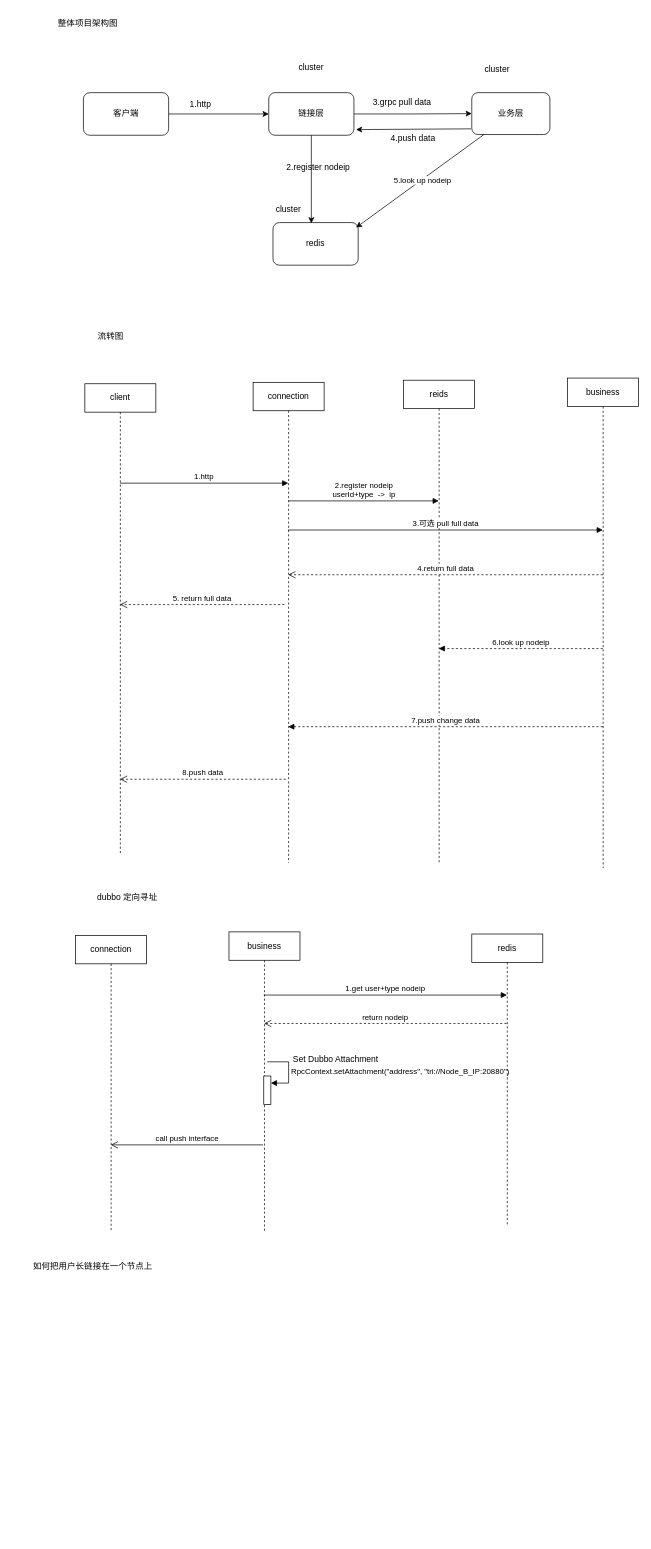
This is tv网关维护长连接.drawio from xu-xiwei/drawio, a draw.io file, before an edit. Source tidied: cells renumbered, new cells numbered last; positions are measured from the earlier drawing's top-left corner, leaving out a move shared by most shapes. Both pictures are drawn from the tidied source at 71%, with x=0, y=0 at pixel (12, 12).
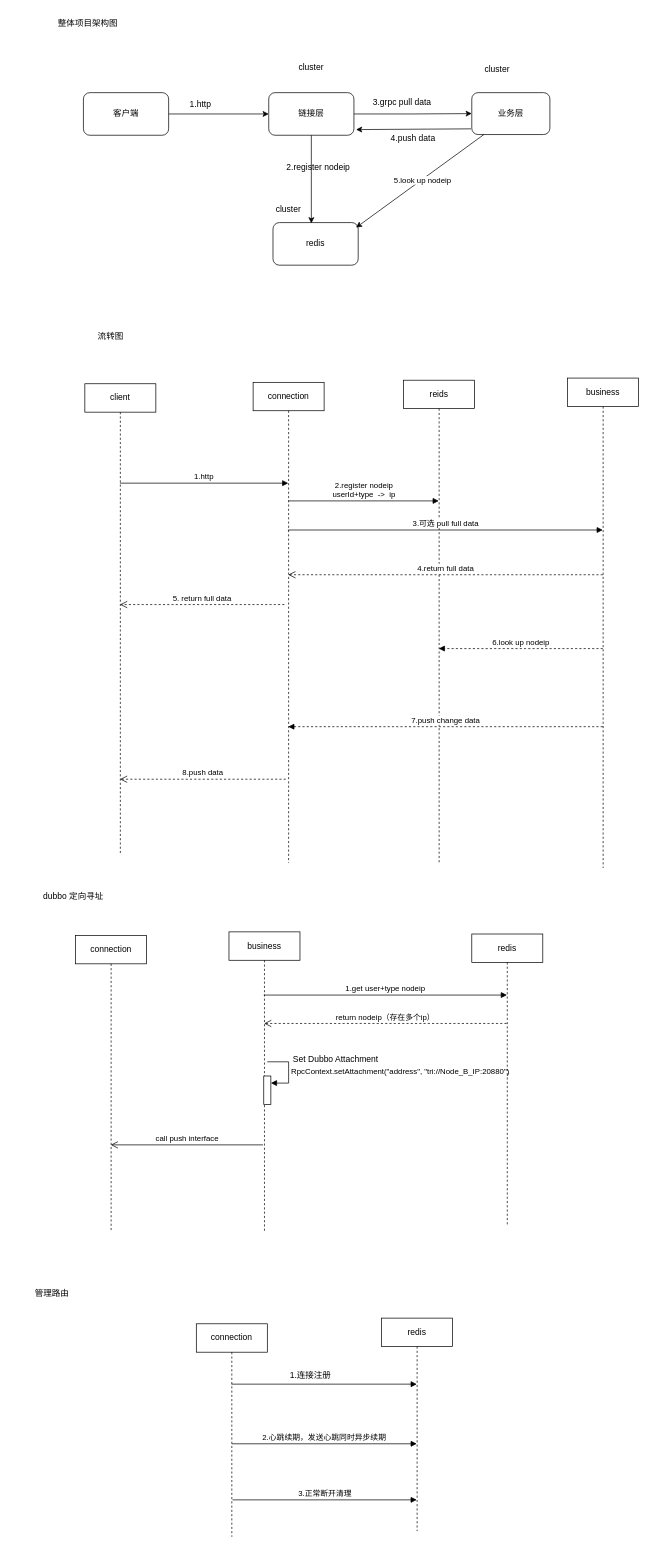
The same diagram, later.

Commit message:
更新tv网关维护长连接.drawio

The change refers to these unchanged cells:
```xml
<mxCell id="34" value="business" style="shape=umlLifeline;perimeter=lifelinePerimeter;whiteSpace=wrap;html=1;outlineConnect=0;portConstraint=eastwest;newEdgeStyle={&quot;curved&quot;:0,&quot;rounded&quot;:0};" parent="1" vertex="1">
  <mxGeometry x="305" y="1295" width="100" height="422" as="geometry" />
</mxCell>
```

Change to the diagram source:
```diff
@@
     <mxCell id="33" value="dubbo 定向寻址" style="text;html=1;whiteSpace=wrap;strokeColor=none;fillColor=none;align=center;verticalAlign=middle;rounded=0;" parent="1" vertex="1">
-      <mxGeometry x="107" y="1231" width="110" height="30" as="geometry" />
+      <mxGeometry x="31" y="1230" width="110" height="30" as="geometry" />
     </mxCell>
@@
-    <mxCell id="39" value="return nodeip" style="html=1;verticalAlign=bottom;endArrow=open;dashed=1;endSize=8;curved=0;rounded=0;" parent="1" edge="1" target="34">
+    <mxCell id="39" value="return nodeip（存在多个ip）" style="html=1;verticalAlign=bottom;endArrow=open;dashed=1;endSize=8;curved=0;rounded=0;" parent="1" edge="1" target="34">
       <mxGeometry relative="1" as="geometry">
         <mxPoint x="696" y="1424" as="sourcePoint" />
       </mxGeometry>
     </mxCell>
@@
-    <mxCell id="43" value="如何把用户长链接在一个节点上" style="text;html=1;whiteSpace=wrap;strokeColor=none;fillColor=none;align=center;verticalAlign=middle;rounded=0;" parent="1" vertex="1">
-      <mxGeometry y="1751" width="227" height="30" as="geometry" />
-    </mxCell>
+    <mxCell id="44" value="管理路由" style="text;html=1;whiteSpace=wrap;strokeColor=none;fillColor=none;align=center;verticalAlign=middle;rounded=0;" parent="1" vertex="1">
+      <mxGeometry x="26" y="1789" width="60" height="30" as="geometry" />
+    </mxCell>
+    <mxCell id="45" value="connection" style="shape=umlLifeline;perimeter=lifelinePerimeter;whiteSpace=wrap;html=1;outlineConnect=0;portConstraint=eastwest;newEdgeStyle={&quot;curved&quot;:0,&quot;rounded&quot;:0};" parent="1" vertex="1">
+      <mxGeometry x="259" y="1847" width="100" height="300" as="geometry" />
+    </mxCell>
+    <mxCell id="46" value="redis" style="shape=umlLifeline;perimeter=lifelinePerimeter;whiteSpace=wrap;html=1;outlineConnect=0;portConstraint=eastwest;newEdgeStyle={&quot;curved&quot;:0,&quot;rounded&quot;:0};" parent="1" vertex="1">
+      <mxGeometry x="520" y="1839" width="100" height="300" as="geometry" />
+    </mxCell>
+    <mxCell id="47" style="html=1;verticalAlign=bottom;endArrow=block;curved=0;rounded=0;" parent="1" edge="1" source="45" target="46">
+      <mxGeometry relative="1" as="geometry">
+        <Array as="points">
+          <mxPoint x="436" y="1932" />
+        </Array>
+      </mxGeometry>
+    </mxCell>
+    <mxCell id="48" value="1.连接注册" style="text;html=1;whiteSpace=wrap;strokeColor=none;fillColor=none;align=center;verticalAlign=middle;rounded=0;" parent="1" vertex="1">
+      <mxGeometry x="371" y="1905" width="98" height="30" as="geometry" />
+    </mxCell>
+    <mxCell id="49" value="2.心跳续期，发送心跳同时异步续期" style="html=1;verticalAlign=bottom;endArrow=block;curved=0;rounded=0;" parent="1" edge="1" target="46">
+      <mxGeometry relative="1" as="geometry">
+        <mxPoint x="309" y="2016" as="sourcePoint" />
+      </mxGeometry>
+    </mxCell>
+    <mxCell id="50" value="3.正常断开清理" style="html=1;verticalAlign=bottom;endArrow=block;curved=0;rounded=0;" parent="1" edge="1" target="46">
+      <mxGeometry relative="1" as="geometry">
+        <mxPoint x="310" y="2095" as="sourcePoint" />
+      </mxGeometry>
+    </mxCell>
```
